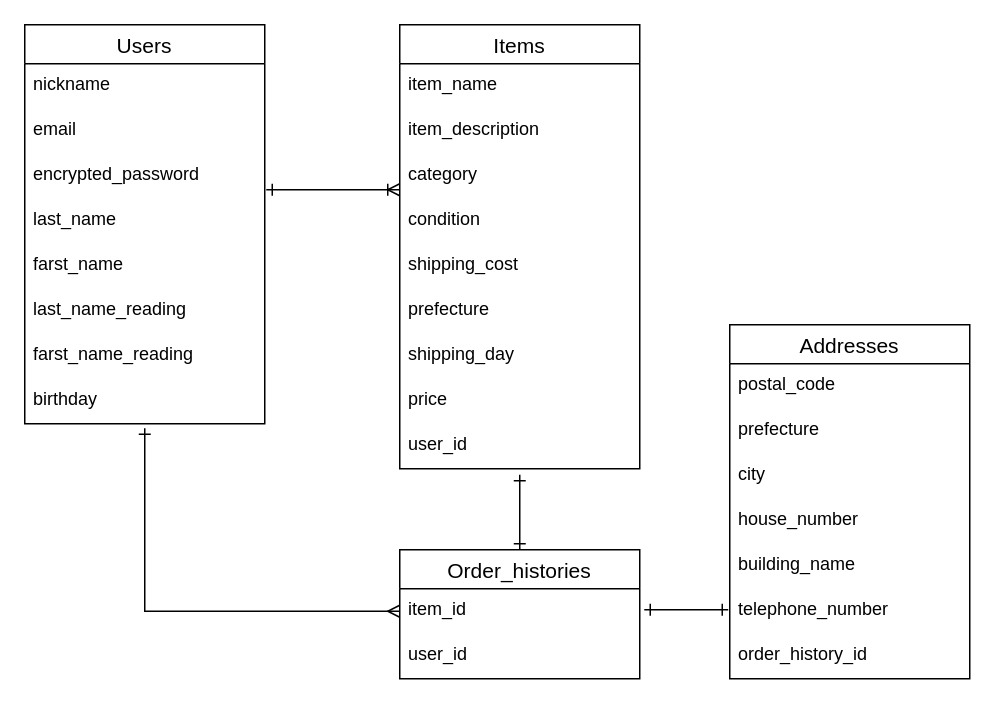
mykh1/furima-36192 keeps this draw.io diagram as furima.dio. Above is the earlier version. Source tidied: cells renumbered, new cells numbered last; positions are measured from the earlier drawing's top-left corner, leaving out a move shared by most shapes. Both pictures are drawn from the tidied source at 150%, with x=0, y=0 at pixel (24, 24).
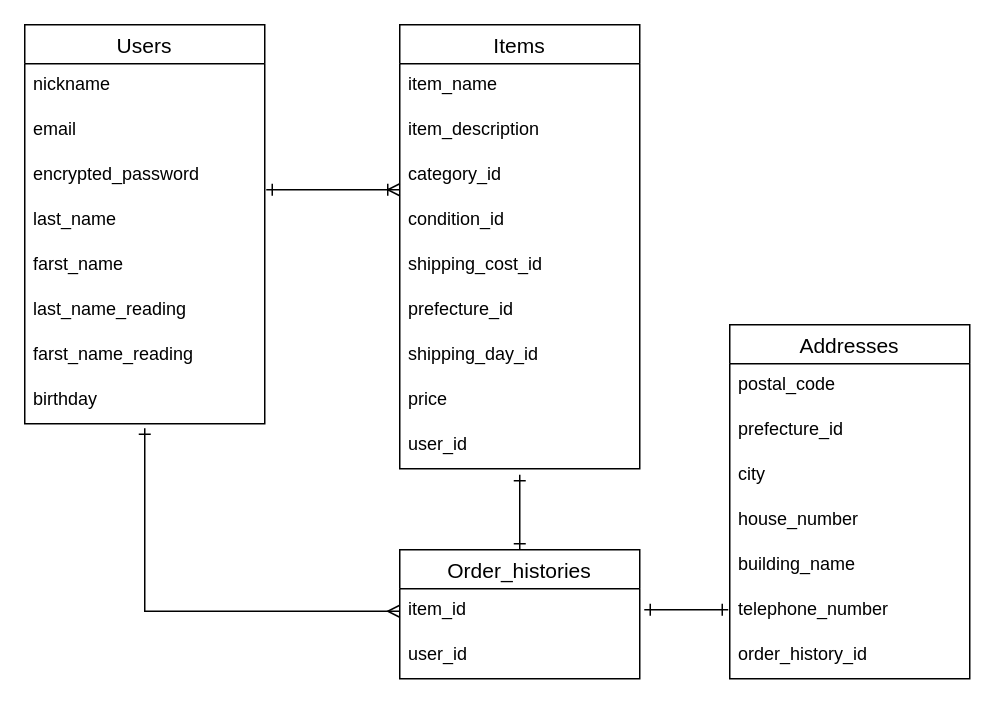
Above is the later version.

The change refers to these unchanged cells:
```xml
<mxCell id="11" value="Items" style="swimlane;fontStyle=0;horizontal=1;startSize=26;align=center;fontSize=14;" parent="1" vertex="1">
  <mxGeometry x="250" width="160" height="296" as="geometry" />
</mxCell>
<mxCell id="25" value="Addresses" style="swimlane;fontStyle=0;horizontal=1;startSize=26;align=center;fontSize=14;" parent="1" vertex="1">
  <mxGeometry x="470" y="200" width="160" height="236" as="geometry" />
</mxCell>
```

Change to the diagram source:
```diff
@@
-    <mxCell id="14" value="category" style="text;strokeColor=none;fillColor=none;spacingLeft=4;spacingRight=4;overflow=hidden;fontSize=12;" parent="11" vertex="1">
+    <mxCell id="14" value="category_id" style="text;strokeColor=none;fillColor=none;spacingLeft=4;spacingRight=4;overflow=hidden;fontSize=12;" parent="11" vertex="1">
       <mxGeometry y="86" width="160" height="30" as="geometry" />
     </mxCell>
-    <mxCell id="15" value="condition" style="text;strokeColor=none;fillColor=none;spacingLeft=4;spacingRight=4;overflow=hidden;fontSize=12;" parent="11" vertex="1">
+    <mxCell id="15" value="condition_id" style="text;strokeColor=none;fillColor=none;spacingLeft=4;spacingRight=4;overflow=hidden;fontSize=12;" parent="11" vertex="1">
       <mxGeometry y="116" width="160" height="30" as="geometry" />
     </mxCell>
-    <mxCell id="16" value="shipping_cost" style="text;strokeColor=none;fillColor=none;spacingLeft=4;spacingRight=4;overflow=hidden;fontSize=12;" parent="11" vertex="1">
+    <mxCell id="16" value="shipping_cost_id" style="text;strokeColor=none;fillColor=none;spacingLeft=4;spacingRight=4;overflow=hidden;fontSize=12;" parent="11" vertex="1">
       <mxGeometry y="146" width="160" height="30" as="geometry" />
     </mxCell>
-    <mxCell id="17" value="prefecture" style="text;strokeColor=none;fillColor=none;spacingLeft=4;spacingRight=4;overflow=hidden;fontSize=12;" parent="11" vertex="1">
+    <mxCell id="17" value="prefecture_id" style="text;strokeColor=none;fillColor=none;spacingLeft=4;spacingRight=4;overflow=hidden;fontSize=12;" parent="11" vertex="1">
       <mxGeometry y="176" width="160" height="30" as="geometry" />
     </mxCell>
-    <mxCell id="18" value="shipping_day" style="text;strokeColor=none;fillColor=none;spacingLeft=4;spacingRight=4;overflow=hidden;fontSize=12;" parent="11" vertex="1">
+    <mxCell id="18" value="shipping_day_id" style="text;strokeColor=none;fillColor=none;spacingLeft=4;spacingRight=4;overflow=hidden;fontSize=12;" parent="11" vertex="1">
       <mxGeometry y="206" width="160" height="30" as="geometry" />
     </mxCell>
@@
-    <mxCell id="27" value="prefecture" style="text;strokeColor=none;fillColor=none;spacingLeft=4;spacingRight=4;overflow=hidden;fontSize=12;" parent="25" vertex="1">
+    <mxCell id="27" value="prefecture_id" style="text;strokeColor=none;fillColor=none;spacingLeft=4;spacingRight=4;overflow=hidden;fontSize=12;" parent="25" vertex="1">
       <mxGeometry y="56" width="160" height="30" as="geometry" />
     </mxCell>
```
